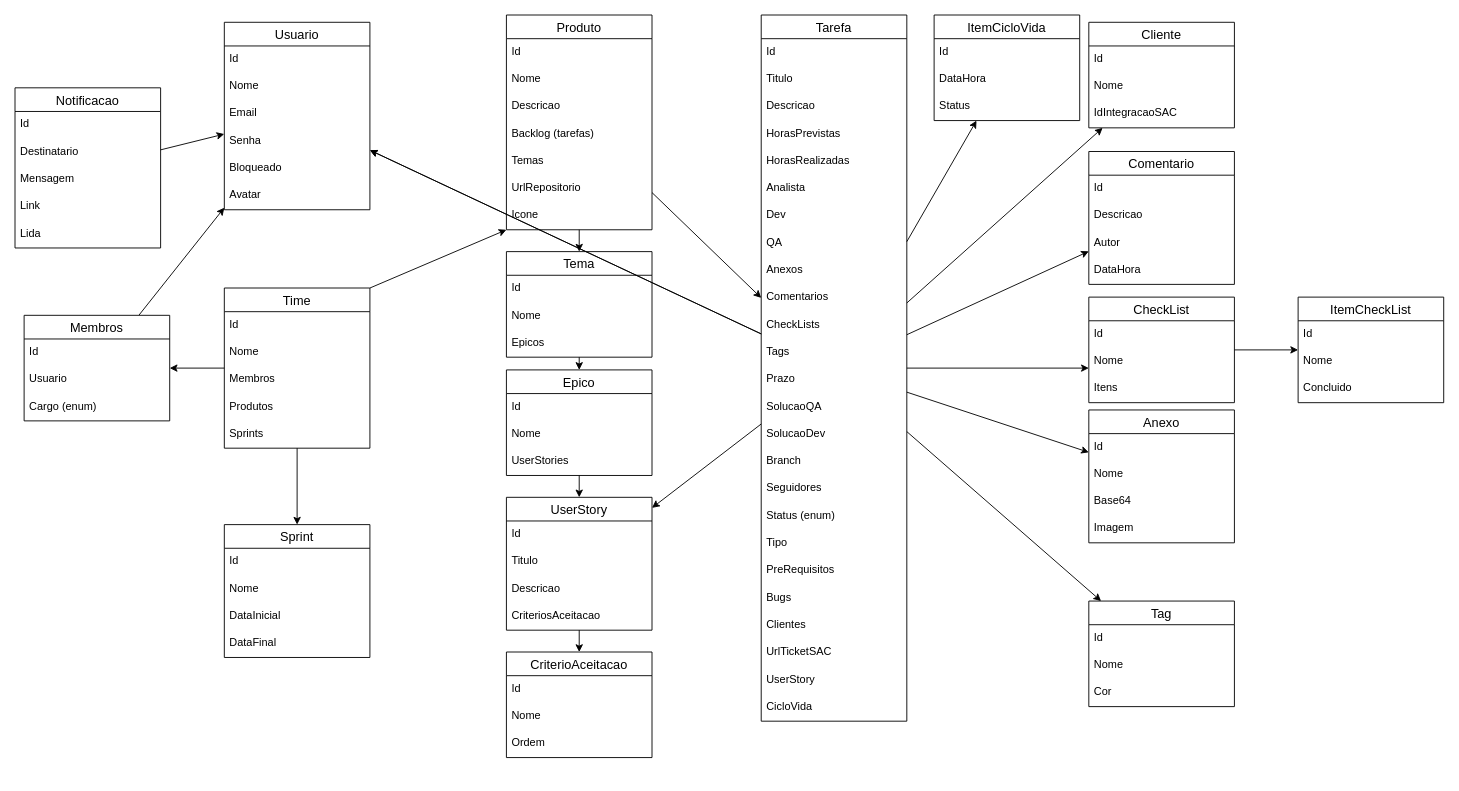
ddsdaniel/Agilis keeps this draw.io diagram as back-end/docs/Untitled Diagram.drawio. Above is the earlier version. Source tidied: cells renumbered, new cells numbered last; positions are measured from the earlier drawing's top-left corner, leaving out a move shared by most shapes. Both pictures are drawn from the tidied source at 91%, with x=0, y=0 at pixel (15, 15).
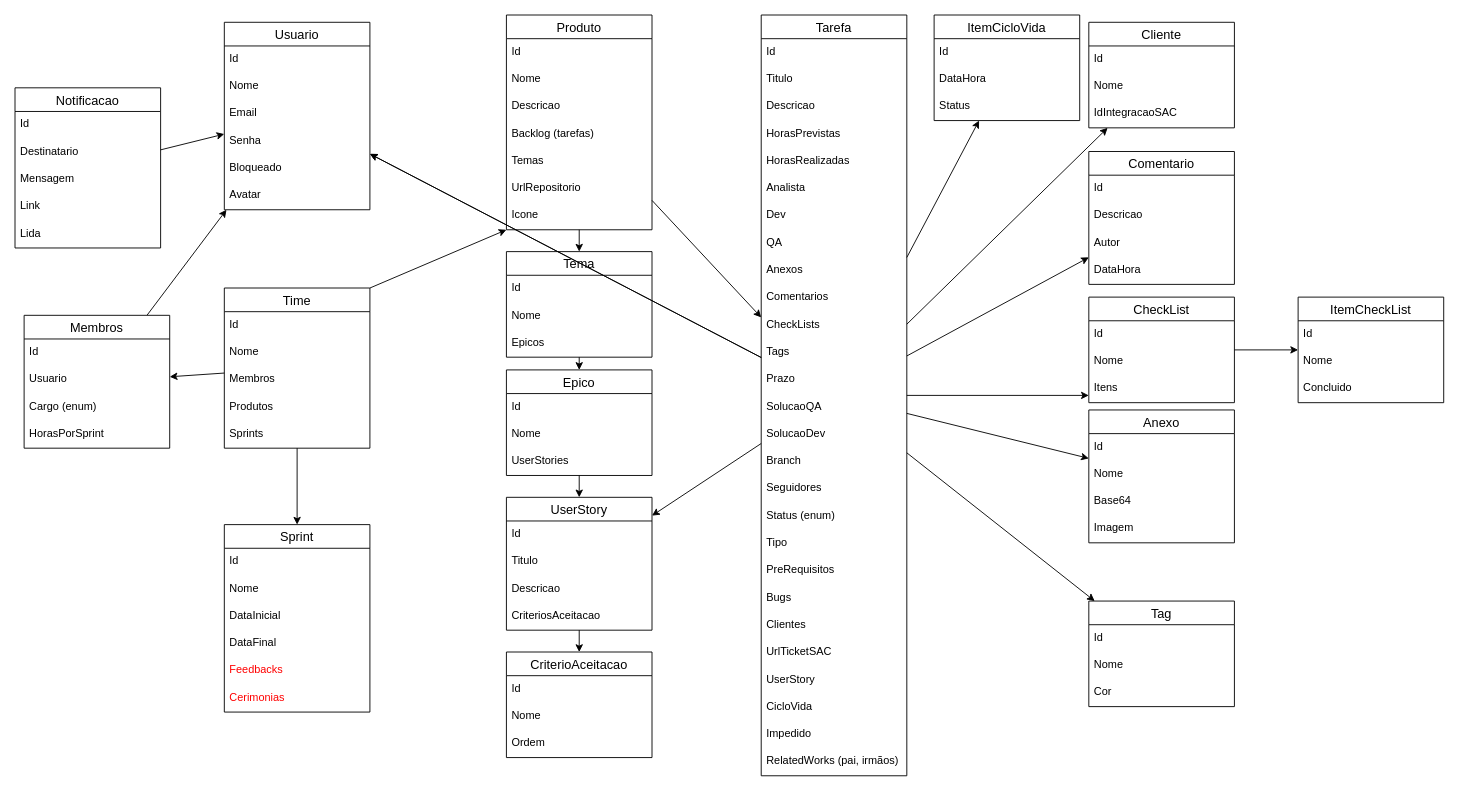
The same page after the edit.

Change to the diagram source:
```diff
@@
     <mxCell id="2" value="Sprint" style="swimlane;fontStyle=0;horizontal=1;startSize=26;align=center;fontSize=14;" parent="1" vertex="1">
-      <mxGeometry x="230" y="560" width="160" height="146" as="geometry" />
+      <mxGeometry x="230" y="560" width="160" height="206" as="geometry" />
     </mxCell>
@@
+    <mxCell id="131" value="Feedbacks" style="text;strokeColor=none;fillColor=none;spacingLeft=4;spacingRight=4;overflow=hidden;fontSize=12;fontColor=#FF0000;" parent="2" vertex="1">
+      <mxGeometry y="146" width="160" height="30" as="geometry" />
+    </mxCell>
+    <mxCell id="132" value="Cerimonias" style="text;strokeColor=none;fillColor=none;spacingLeft=4;spacingRight=4;overflow=hidden;fontSize=12;fontColor=#FF0000;" parent="2" vertex="1">
+      <mxGeometry y="176" width="160" height="30" as="geometry" />
+    </mxCell>
@@
     <mxCell id="85" value="Tarefa" style="swimlane;fontStyle=0;horizontal=1;startSize=26;align=center;fontSize=14;" parent="1" vertex="1">
-      <mxGeometry x="820" width="160" height="776" as="geometry" />
+      <mxGeometry x="820" width="160" height="836" as="geometry" />
     </mxCell>
@@
+    <mxCell id="133" value="Impedido" style="text;strokeColor=none;fillColor=none;spacingLeft=4;spacingRight=4;overflow=hidden;fontSize=12;" parent="85" vertex="1">
+      <mxGeometry y="776" width="160" height="30" as="geometry" />
+    </mxCell>
+    <mxCell id="134" value="RelatedWorks (pai, irmãos)" style="text;strokeColor=none;fillColor=none;spacingLeft=4;spacingRight=4;overflow=hidden;fontSize=12;" parent="85" vertex="1">
+      <mxGeometry y="806" width="160" height="30" as="geometry" />
+    </mxCell>
@@
     <mxCell id="116" value="Membros" style="swimlane;fontStyle=0;horizontal=1;startSize=26;align=center;fontSize=14;" parent="1" vertex="1">
-      <mxGeometry x="10" y="330" width="160" height="116" as="geometry" />
+      <mxGeometry x="10" y="330" width="160" height="146" as="geometry" />
     </mxCell>
@@
+    <mxCell id="135" value="HorasPorSprint" style="text;strokeColor=none;fillColor=none;spacingLeft=4;spacingRight=4;overflow=hidden;fontSize=12;" parent="116" vertex="1">
+      <mxGeometry y="116" width="160" height="30" as="geometry" />
+    </mxCell>
```
